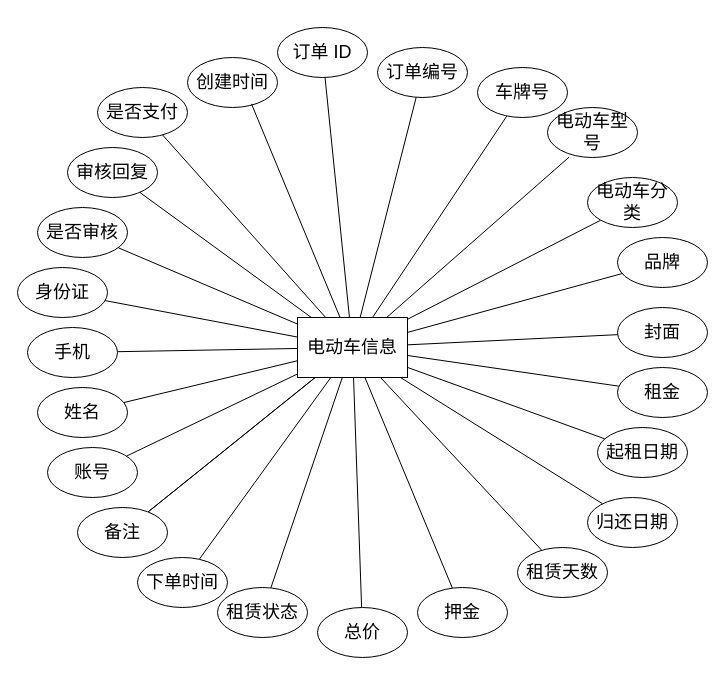
This is 图3-25.drawio from blackjack2022/draw.io, a draw.io file, before an edit. Source tidied: cells renumbered, new cells numbered last; positions are measured from the earlier drawing's top-left corner, leaving out a move shared by most shapes. Both pictures are drawn from the tidied source at 100%, with x=0, y=0 at pixel (17, 27).
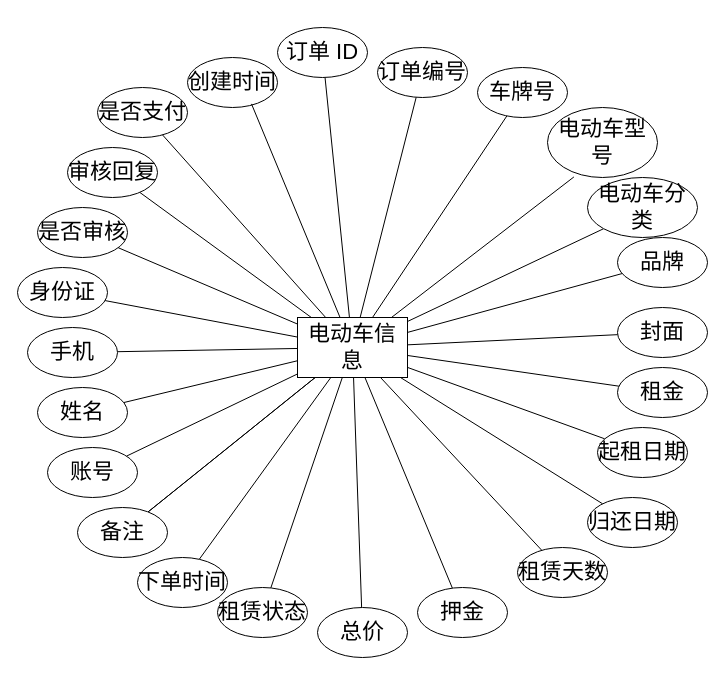
Above is the later version.

Diff of the diagram source:
```diff
@@
-    <mxCell id="2" style="rounded=0;jettySize=auto;html=1;endArrow=none;startFill=0;fontFamily=宋体;fontSize=18;" parent="1" edge="1" source="25" target="30">
+    <mxCell id="2" style="rounded=0;jettySize=auto;html=1;endArrow=none;startFill=0;fontFamily=宋体;fontSize=22;" parent="1" edge="1" source="25" target="30">
       <mxGeometry relative="1" as="geometry" />
     </mxCell>
-    <mxCell id="3" style="rounded=0;jettySize=auto;html=1;endArrow=none;startFill=0;fontFamily=宋体;fontSize=18;" parent="1" edge="1" source="25" target="44">
+    <mxCell id="3" style="rounded=0;jettySize=auto;html=1;endArrow=none;startFill=0;fontFamily=宋体;fontSize=22;" parent="1" edge="1" source="25" target="44">
       <mxGeometry relative="1" as="geometry" />
     </mxCell>
-    <mxCell id="4" style="rounded=0;jettySize=auto;html=1;endArrow=none;startFill=0;fontFamily=宋体;fontSize=18;" parent="1" edge="1" source="25" target="31">
+    <mxCell id="4" style="rounded=0;jettySize=auto;html=1;endArrow=none;startFill=0;fontFamily=宋体;fontSize=22;" parent="1" edge="1" source="25" target="31">
       <mxGeometry relative="1" as="geometry" />
     </mxCell>
-    <mxCell id="5" style="rounded=0;jettySize=auto;html=1;entryX=0;entryY=1;entryDx=0;entryDy=0;endArrow=none;startFill=0;fontFamily=宋体;fontSize=18;" parent="1" edge="1" source="25" target="33">
+    <mxCell id="5" style="rounded=0;jettySize=auto;html=1;entryX=0;entryY=1;entryDx=0;entryDy=0;endArrow=none;startFill=0;fontFamily=宋体;fontSize=22;" parent="1" edge="1" source="25" target="33">
       <mxGeometry relative="1" as="geometry" />
     </mxCell>
-    <mxCell id="6" style="rounded=0;jettySize=auto;html=1;endArrow=none;startFill=0;fontFamily=宋体;fontSize=18;" parent="1" edge="1" source="25" target="46">
+    <mxCell id="6" style="rounded=0;jettySize=auto;html=1;endArrow=none;startFill=0;fontFamily=宋体;fontSize=22;" parent="1" edge="1" source="25" target="46">
       <mxGeometry relative="1" as="geometry" />
     </mxCell>
-    <mxCell id="7" style="rounded=0;jettySize=auto;html=1;endArrow=none;startFill=0;fontFamily=宋体;fontSize=18;" parent="1" edge="1" source="25" target="34">
+    <mxCell id="7" style="rounded=0;jettySize=auto;html=1;endArrow=none;startFill=0;fontFamily=宋体;fontSize=22;" parent="1" edge="1" source="25" target="34">
       <mxGeometry relative="1" as="geometry" />
     </mxCell>
-    <mxCell id="8" style="rounded=0;jettySize=auto;html=1;endArrow=none;startFill=0;fontFamily=宋体;fontSize=18;" parent="1" edge="1" source="25" target="35">
+    <mxCell id="8" style="rounded=0;jettySize=auto;html=1;endArrow=none;startFill=0;fontFamily=宋体;fontSize=22;" parent="1" edge="1" source="25" target="35">
       <mxGeometry relative="1" as="geometry" />
     </mxCell>
-    <mxCell id="9" style="rounded=0;jettySize=auto;html=1;endArrow=none;startFill=0;fontFamily=宋体;fontSize=18;" parent="1" edge="1" source="25" target="36">
+    <mxCell id="9" style="rounded=0;jettySize=auto;html=1;endArrow=none;startFill=0;fontFamily=宋体;fontSize=22;" parent="1" edge="1" source="25" target="36">
       <mxGeometry relative="1" as="geometry" />
     </mxCell>
-    <mxCell id="10" style="rounded=0;jettySize=auto;html=1;endArrow=none;startFill=0;fontFamily=宋体;fontSize=18;" parent="1" edge="1" source="25" target="37">
+    <mxCell id="10" style="rounded=0;jettySize=auto;html=1;endArrow=none;startFill=0;fontFamily=宋体;fontSize=22;" parent="1" edge="1" source="25" target="37">
       <mxGeometry relative="1" as="geometry" />
     </mxCell>
-    <mxCell id="11" style="rounded=0;jettySize=auto;html=1;endArrow=none;startFill=0;fontFamily=宋体;fontSize=18;" parent="1" edge="1" source="25" target="38">
+    <mxCell id="11" style="rounded=0;jettySize=auto;html=1;endArrow=none;startFill=0;fontFamily=宋体;fontSize=22;" parent="1" edge="1" source="25" target="38">
       <mxGeometry relative="1" as="geometry" />
     </mxCell>
-    <mxCell id="12" style="rounded=0;jettySize=auto;html=1;endArrow=none;startFill=0;fontFamily=宋体;fontSize=18;" parent="1" edge="1" source="25" target="39">
+    <mxCell id="12" style="rounded=0;jettySize=auto;html=1;endArrow=none;startFill=0;fontFamily=宋体;fontSize=22;" parent="1" edge="1" source="25" target="39">
       <mxGeometry relative="1" as="geometry" />
     </mxCell>
-    <mxCell id="13" style="rounded=0;jettySize=auto;html=1;endArrow=none;startFill=0;fontFamily=宋体;fontSize=18;" parent="1" edge="1" source="25" target="40">
+    <mxCell id="13" style="rounded=0;jettySize=auto;html=1;endArrow=none;startFill=0;fontFamily=宋体;fontSize=22;" parent="1" edge="1" source="25" target="40">
       <mxGeometry relative="1" as="geometry" />
     </mxCell>
-    <mxCell id="14" style="rounded=0;jettySize=auto;html=1;endArrow=none;startFill=0;fontFamily=宋体;fontSize=18;" parent="1" edge="1" source="25" target="41">
+    <mxCell id="14" style="rounded=0;jettySize=auto;html=1;endArrow=none;startFill=0;fontFamily=宋体;fontSize=22;" parent="1" edge="1" source="25" target="41">
       <mxGeometry relative="1" as="geometry" />
     </mxCell>
-    <mxCell id="15" style="rounded=0;jettySize=auto;html=1;endArrow=none;startFill=0;fontFamily=宋体;fontSize=18;" parent="1" edge="1" source="25" target="42">
+    <mxCell id="15" style="rounded=0;jettySize=auto;html=1;endArrow=none;startFill=0;fontFamily=宋体;fontSize=22;" parent="1" edge="1" source="25" target="42">
       <mxGeometry relative="1" as="geometry" />
     </mxCell>
-    <mxCell id="16" style="rounded=0;jettySize=auto;html=1;endArrow=none;startFill=0;fontFamily=宋体;fontSize=18;" parent="1" edge="1" source="25" target="28">
+    <mxCell id="16" style="rounded=0;jettySize=auto;html=1;endArrow=none;startFill=0;fontFamily=宋体;fontSize=22;" parent="1" edge="1" source="25" target="28">
       <mxGeometry relative="1" as="geometry" />
     </mxCell>
-    <mxCell id="17" style="rounded=0;jettySize=auto;html=1;endArrow=none;startFill=0;fontFamily=宋体;fontSize=18;" parent="1" edge="1" source="25" target="43">
+    <mxCell id="17" style="rounded=0;jettySize=auto;html=1;endArrow=none;startFill=0;fontFamily=宋体;fontSize=22;" parent="1" edge="1" source="25" target="43">
       <mxGeometry relative="1" as="geometry" />
     </mxCell>
-    <mxCell id="18" style="rounded=0;jettySize=auto;html=1;endArrow=none;startFill=0;fontFamily=宋体;fontSize=18;" parent="1" edge="1" source="25" target="27">
+    <mxCell id="18" style="rounded=0;jettySize=auto;html=1;endArrow=none;startFill=0;fontFamily=宋体;fontSize=22;" parent="1" edge="1" source="25" target="27">
       <mxGeometry relative="1" as="geometry" />
     </mxCell>
-    <mxCell id="19" style="rounded=0;jettySize=auto;html=1;endArrow=none;startFill=0;fontFamily=宋体;fontSize=18;" parent="1" edge="1" source="25" target="26">
+    <mxCell id="19" style="rounded=0;jettySize=auto;html=1;endArrow=none;startFill=0;fontFamily=宋体;fontSize=22;" parent="1" edge="1" source="25" target="26">
       <mxGeometry relative="1" as="geometry" />
     </mxCell>
-    <mxCell id="20" style="rounded=0;jettySize=auto;html=1;endArrow=none;startFill=0;fontFamily=宋体;fontSize=18;" parent="1" edge="1" source="25" target="45">
+    <mxCell id="20" style="rounded=0;jettySize=auto;html=1;endArrow=none;startFill=0;fontFamily=宋体;fontSize=22;" parent="1" edge="1" source="25" target="45">
       <mxGeometry relative="1" as="geometry" />
     </mxCell>
-    <mxCell id="21" style="rounded=0;jettySize=auto;html=1;endArrow=none;startFill=0;fontFamily=宋体;fontSize=18;" parent="1" edge="1" source="25" target="42">
+    <mxCell id="21" style="rounded=0;jettySize=auto;html=1;endArrow=none;startFill=0;fontFamily=宋体;fontSize=22;" parent="1" edge="1" source="25" target="42">
       <mxGeometry relative="1" as="geometry" />
     </mxCell>
-    <mxCell id="22" style="rounded=0;jettySize=auto;html=1;endArrow=none;startFill=0;fontFamily=宋体;fontSize=18;" parent="1" edge="1" source="25" target="47">
+    <mxCell id="22" style="rounded=0;jettySize=auto;html=1;endArrow=none;startFill=0;fontFamily=宋体;fontSize=22;" parent="1" edge="1" source="25" target="47">
       <mxGeometry relative="1" as="geometry" />
     </mxCell>
-    <mxCell id="23" style="rounded=0;jettySize=auto;html=1;endArrow=none;startFill=0;fontSize=18;" parent="1" edge="1" source="25" target="51">
+    <mxCell id="23" style="rounded=0;jettySize=auto;html=1;endArrow=none;startFill=0;fontSize=22;" parent="1" edge="1" source="25" target="51">
       <mxGeometry relative="1" as="geometry" />
     </mxCell>
-    <mxCell id="24" style="rounded=0;jettySize=auto;html=1;endArrow=none;startFill=0;fontSize=18;" parent="1" edge="1" source="25" target="50">
+    <mxCell id="24" style="rounded=0;jettySize=auto;html=1;endArrow=none;startFill=0;fontSize=22;" parent="1" edge="1" source="25" target="50">
       <mxGeometry relative="1" as="geometry" />
     </mxCell>
-    <mxCell id="25" value="电动车信息" style="rounded=0;whiteSpace=wrap;html=1;fontFamily=宋体;fontSize=18;" parent="1" vertex="1">
+    <mxCell id="25" value="电动车信息" style="rounded=0;whiteSpace=wrap;html=1;fontFamily=宋体;fontSize=22;" parent="1" vertex="1">
       <mxGeometry x="280" y="290" width="110" height="60" as="geometry" />
     </mxCell>
-    <mxCell id="26" value="&lt;p class=&quot;MsoNormal&quot;&gt;&lt;span&gt;姓名&lt;/span&gt;&lt;/p&gt;" style="ellipse;whiteSpace=wrap;html=1;fontFamily=宋体;fontSize=18;" parent="1" vertex="1">
+    <mxCell id="26" value="&lt;p class=&quot;MsoNormal&quot;&gt;&lt;span&gt;姓名&lt;/span&gt;&lt;/p&gt;" style="ellipse;whiteSpace=wrap;html=1;fontFamily=宋体;fontSize=22;" parent="1" vertex="1">
       <mxGeometry x="20" y="360" width="90" height="50" as="geometry" />
     </mxCell>
-    <mxCell id="27" value="&lt;p class=&quot;MsoNormal&quot;&gt;&lt;span&gt;身份证&lt;/span&gt;&lt;/p&gt;" style="ellipse;whiteSpace=wrap;html=1;fontFamily=宋体;fontSize=18;" parent="1" vertex="1">
+    <mxCell id="27" value="&lt;p class=&quot;MsoNormal&quot;&gt;&lt;span&gt;身份证&lt;/span&gt;&lt;/p&gt;" style="ellipse;whiteSpace=wrap;html=1;fontFamily=宋体;fontSize=22;" parent="1" vertex="1">
       <mxGeometry y="240" width="90" height="50" as="geometry" />
     </mxCell>
-    <mxCell id="28" value="&lt;p class=&quot;MsoNormal&quot;&gt;&lt;span&gt;审核回复&lt;/span&gt;&lt;/p&gt;" style="ellipse;whiteSpace=wrap;html=1;fontFamily=宋体;fontSize=18;" parent="1" vertex="1">
+    <mxCell id="28" value="&lt;p class=&quot;MsoNormal&quot;&gt;&lt;span&gt;审核回复&lt;/span&gt;&lt;/p&gt;" style="ellipse;whiteSpace=wrap;html=1;fontFamily=宋体;fontSize=22;" parent="1" vertex="1">
       <mxGeometry x="50" y="120" width="90" height="50" as="geometry" />
     </mxCell>
-    <mxCell id="29" value="&lt;p class=&quot;MsoNormal&quot;&gt;&lt;span&gt;创建时间&lt;/span&gt;&lt;/p&gt;" style="ellipse;whiteSpace=wrap;html=1;fontFamily=宋体;fontSize=18;" parent="1" vertex="1">
+    <mxCell id="29" value="&lt;p class=&quot;MsoNormal&quot;&gt;&lt;span&gt;创建时间&lt;/span&gt;&lt;/p&gt;" style="ellipse;whiteSpace=wrap;html=1;fontFamily=宋体;fontSize=22;" parent="1" vertex="1">
       <mxGeometry x="170" y="30" width="90" height="50" as="geometry" />
     </mxCell>
-    <mxCell id="30" value="&lt;p class=&quot;MsoNormal&quot;&gt;&lt;span&gt;&lt;font face=&quot;宋体&quot;&gt;订单&lt;/font&gt; &lt;font face=&quot;宋体&quot;&gt;ID&lt;/font&gt;&lt;/span&gt;&lt;/p&gt;" style="ellipse;whiteSpace=wrap;html=1;fontFamily=宋体;fontSize=18;" parent="1" vertex="1">
+    <mxCell id="30" value="&lt;p class=&quot;MsoNormal&quot;&gt;&lt;span&gt;&lt;font face=&quot;宋体&quot;&gt;订单&lt;/font&gt; &lt;font face=&quot;宋体&quot;&gt;ID&lt;/font&gt;&lt;/span&gt;&lt;/p&gt;" style="ellipse;whiteSpace=wrap;html=1;fontFamily=宋体;fontSize=22;" parent="1" vertex="1">
       <mxGeometry x="260" width="90" height="50" as="geometry" />
     </mxCell>
-    <mxCell id="31" value="&lt;p class=&quot;MsoNormal&quot;&gt;&lt;span&gt;车牌号&lt;/span&gt;&lt;/p&gt;" style="ellipse;whiteSpace=wrap;html=1;fontFamily=宋体;fontSize=18;" parent="1" vertex="1">
+    <mxCell id="31" value="&lt;p class=&quot;MsoNormal&quot;&gt;&lt;span&gt;车牌号&lt;/span&gt;&lt;/p&gt;" style="ellipse;whiteSpace=wrap;html=1;fontFamily=宋体;fontSize=22;" parent="1" vertex="1">
       <mxGeometry x="460" y="40" width="90" height="50" as="geometry" />
     </mxCell>
-    <mxCell id="32" value="&lt;p class=&quot;MsoNormal&quot;&gt;&lt;span&gt;电动车型号&lt;/span&gt;&lt;/p&gt;" style="ellipse;whiteSpace=wrap;html=1;fontFamily=宋体;fontSize=18;" parent="1" vertex="1">
-      <mxGeometry x="530" y="80" width="90" height="50" as="geometry" />
+    <mxCell id="32" value="&lt;p class=&quot;MsoNormal&quot;&gt;&lt;span&gt;电动车型号&lt;/span&gt;&lt;/p&gt;" style="ellipse;whiteSpace=wrap;html=1;fontFamily=宋体;fontSize=22;" parent="1" vertex="1">
+      <mxGeometry x="530" y="80" width="110" height="70" as="geometry" />
     </mxCell>
-    <mxCell id="33" value="&lt;p class=&quot;MsoNormal&quot;&gt;&lt;span&gt;电动车分类&lt;/span&gt;&lt;/p&gt;" style="ellipse;whiteSpace=wrap;html=1;fontFamily=宋体;fontSize=18;" parent="1" vertex="1">
-      <mxGeometry x="570" y="150" width="90" height="50" as="geometry" />
+    <mxCell id="33" value="&lt;p class=&quot;MsoNormal&quot;&gt;&lt;span&gt;电动车分类&lt;/span&gt;&lt;/p&gt;" style="ellipse;whiteSpace=wrap;html=1;fontFamily=宋体;fontSize=22;" parent="1" vertex="1">
+      <mxGeometry x="570" y="150" width="110" height="60" as="geometry" />
     </mxCell>
-    <mxCell id="34" value="&lt;p class=&quot;MsoNormal&quot;&gt;&lt;span&gt;封面&lt;/span&gt;&lt;/p&gt;" style="ellipse;whiteSpace=wrap;html=1;fontFamily=宋体;fontSize=18;" parent="1" vertex="1">
+    <mxCell id="34" value="&lt;p class=&quot;MsoNormal&quot;&gt;&lt;span&gt;封面&lt;/span&gt;&lt;/p&gt;" style="ellipse;whiteSpace=wrap;html=1;fontFamily=宋体;fontSize=22;" parent="1" vertex="1">
       <mxGeometry x="600" y="280" width="90" height="50" as="geometry" />
     </mxCell>
-    <mxCell id="35" value="&lt;p class=&quot;MsoNormal&quot;&gt;&lt;span&gt;租金&lt;/span&gt;&lt;/p&gt;" style="ellipse;whiteSpace=wrap;html=1;fontFamily=宋体;fontSize=18;" parent="1" vertex="1">
+    <mxCell id="35" value="&lt;p class=&quot;MsoNormal&quot;&gt;&lt;span&gt;租金&lt;/span&gt;&lt;/p&gt;" style="ellipse;whiteSpace=wrap;html=1;fontFamily=宋体;fontSize=22;" parent="1" vertex="1">
       <mxGeometry x="600" y="340" width="90" height="50" as="geometry" />
     </mxCell>
-    <mxCell id="36" value="&lt;p class=&quot;MsoNormal&quot;&gt;&lt;span&gt;起租日期&lt;/span&gt;&lt;/p&gt;" style="ellipse;whiteSpace=wrap;html=1;fontFamily=宋体;fontSize=18;" parent="1" vertex="1">
+    <mxCell id="36" value="&lt;p class=&quot;MsoNormal&quot;&gt;&lt;span&gt;起租日期&lt;/span&gt;&lt;/p&gt;" style="ellipse;whiteSpace=wrap;html=1;fontFamily=宋体;fontSize=22;" parent="1" vertex="1">
       <mxGeometry x="580" y="400" width="90" height="50" as="geometry" />
     </mxCell>
-    <mxCell id="37" value="&lt;p class=&quot;MsoNormal&quot;&gt;&lt;span&gt;归还日期&lt;/span&gt;&lt;/p&gt;" style="ellipse;whiteSpace=wrap;html=1;fontFamily=宋体;fontSize=18;" parent="1" vertex="1">
+    <mxCell id="37" value="&lt;p class=&quot;MsoNormal&quot;&gt;&lt;span&gt;归还日期&lt;/span&gt;&lt;/p&gt;" style="ellipse;whiteSpace=wrap;html=1;fontFamily=宋体;fontSize=22;" parent="1" vertex="1">
       <mxGeometry x="570" y="470" width="90" height="50" as="geometry" />
     </mxCell>
-    <mxCell id="38" value="&lt;p class=&quot;MsoNormal&quot;&gt;&lt;span&gt;押金&lt;/span&gt;&lt;/p&gt;" style="ellipse;whiteSpace=wrap;html=1;fontFamily=宋体;fontSize=18;" parent="1" vertex="1">
+    <mxCell id="38" value="&lt;p class=&quot;MsoNormal&quot;&gt;&lt;span&gt;押金&lt;/span&gt;&lt;/p&gt;" style="ellipse;whiteSpace=wrap;html=1;fontFamily=宋体;fontSize=22;" parent="1" vertex="1">
       <mxGeometry x="400" y="560" width="90" height="50" as="geometry" />
     </mxCell>
-    <mxCell id="39" value="&lt;p class=&quot;MsoNormal&quot;&gt;&lt;span&gt;总价&lt;/span&gt;&lt;/p&gt;" style="ellipse;whiteSpace=wrap;html=1;fontFamily=宋体;fontSize=18;" parent="1" vertex="1">
+    <mxCell id="39" value="&lt;p class=&quot;MsoNormal&quot;&gt;&lt;span&gt;总价&lt;/span&gt;&lt;/p&gt;" style="ellipse;whiteSpace=wrap;html=1;fontFamily=宋体;fontSize=22;" parent="1" vertex="1">
       <mxGeometry x="300" y="580" width="90" height="50" as="geometry" />
     </mxCell>
-    <mxCell id="40" value="&lt;p class=&quot;MsoNormal&quot;&gt;&lt;span&gt;租赁状态&lt;/span&gt;&lt;/p&gt;" style="ellipse;whiteSpace=wrap;html=1;fontFamily=宋体;fontSize=18;" parent="1" vertex="1">
+    <mxCell id="40" value="&lt;p class=&quot;MsoNormal&quot;&gt;&lt;span&gt;租赁状态&lt;/span&gt;&lt;/p&gt;" style="ellipse;whiteSpace=wrap;html=1;fontFamily=宋体;fontSize=22;" parent="1" vertex="1">
       <mxGeometry x="200" y="560" width="90" height="50" as="geometry" />
     </mxCell>
-    <mxCell id="41" value="&lt;p class=&quot;MsoNormal&quot;&gt;&lt;span&gt;下单时间&lt;/span&gt;&lt;/p&gt;" style="ellipse;whiteSpace=wrap;html=1;fontFamily=宋体;fontSize=18;" parent="1" vertex="1">
+    <mxCell id="41" value="&lt;p class=&quot;MsoNormal&quot;&gt;&lt;span&gt;下单时间&lt;/span&gt;&lt;/p&gt;" style="ellipse;whiteSpace=wrap;html=1;fontFamily=宋体;fontSize=22;" parent="1" vertex="1">
       <mxGeometry x="120" y="530" width="90" height="50" as="geometry" />
     </mxCell>
-    <mxCell id="42" value="&lt;p class=&quot;MsoNormal&quot;&gt;&lt;span&gt;备注&lt;/span&gt;&lt;/p&gt;" style="ellipse;whiteSpace=wrap;html=1;fontFamily=宋体;fontSize=18;" parent="1" vertex="1">
+    <mxCell id="42" value="&lt;p class=&quot;MsoNormal&quot;&gt;&lt;span&gt;备注&lt;/span&gt;&lt;/p&gt;" style="ellipse;whiteSpace=wrap;html=1;fontFamily=宋体;fontSize=22;" parent="1" vertex="1">
       <mxGeometry x="60" y="480" width="90" height="50" as="geometry" />
     </mxCell>
-    <mxCell id="43" value="&lt;p class=&quot;MsoNormal&quot;&gt;&lt;span&gt;是否审核&lt;/span&gt;&lt;/p&gt;" style="ellipse;whiteSpace=wrap;html=1;fontFamily=宋体;fontSize=18;" parent="1" vertex="1">
+    <mxCell id="43" value="&lt;p class=&quot;MsoNormal&quot;&gt;&lt;span&gt;是否审核&lt;/span&gt;&lt;/p&gt;" style="ellipse;whiteSpace=wrap;html=1;fontFamily=宋体;fontSize=22;" parent="1" vertex="1">
       <mxGeometry x="20" y="180" width="90" height="50" as="geometry" />
     </mxCell>
-    <mxCell id="44" value="&lt;p class=&quot;MsoNormal&quot;&gt;&lt;span&gt;订单编号&lt;/span&gt;&lt;/p&gt;" style="ellipse;whiteSpace=wrap;html=1;fontFamily=宋体;fontSize=18;" parent="1" vertex="1">
+    <mxCell id="44" value="&lt;p class=&quot;MsoNormal&quot;&gt;&lt;span&gt;订单编号&lt;/span&gt;&lt;/p&gt;" style="ellipse;whiteSpace=wrap;html=1;fontFamily=宋体;fontSize=22;" parent="1" vertex="1">
       <mxGeometry x="360" y="20" width="90" height="50" as="geometry" />
     </mxCell>
-    <mxCell id="45" value="&lt;p class=&quot;MsoNormal&quot;&gt;&lt;span&gt;账号&lt;/span&gt;&lt;/p&gt;" style="ellipse;whiteSpace=wrap;html=1;fontFamily=宋体;fontSize=18;" parent="1" vertex="1">
+    <mxCell id="45" value="&lt;p class=&quot;MsoNormal&quot;&gt;&lt;span&gt;账号&lt;/span&gt;&lt;/p&gt;" style="ellipse;whiteSpace=wrap;html=1;fontFamily=宋体;fontSize=22;" parent="1" vertex="1">
       <mxGeometry x="30" y="420" width="90" height="50" as="geometry" />
     </mxCell>
-    <mxCell id="46" value="&lt;p class=&quot;MsoNormal&quot;&gt;&lt;span&gt;品牌&lt;/span&gt;&lt;/p&gt;" style="ellipse;whiteSpace=wrap;html=1;fontFamily=宋体;fontSize=18;" parent="1" vertex="1">
+    <mxCell id="46" value="&lt;p class=&quot;MsoNormal&quot;&gt;&lt;span&gt;品牌&lt;/span&gt;&lt;/p&gt;" style="ellipse;whiteSpace=wrap;html=1;fontFamily=宋体;fontSize=22;" parent="1" vertex="1">
       <mxGeometry x="600" y="210" width="90" height="50" as="geometry" />
     </mxCell>
-    <mxCell id="47" value="&lt;p class=&quot;MsoNormal&quot;&gt;&lt;span&gt;手机&lt;/span&gt;&lt;/p&gt;" style="ellipse;whiteSpace=wrap;html=1;fontFamily=宋体;fontSize=18;" parent="1" vertex="1">
+    <mxCell id="47" value="&lt;p class=&quot;MsoNormal&quot;&gt;&lt;span&gt;手机&lt;/span&gt;&lt;/p&gt;" style="ellipse;whiteSpace=wrap;html=1;fontFamily=宋体;fontSize=22;" parent="1" vertex="1">
       <mxGeometry x="10" y="300" width="90" height="50" as="geometry" />
     </mxCell>
-    <mxCell id="48" style="rounded=0;jettySize=auto;html=1;entryX=0.24;entryY=0.992;entryDx=0;entryDy=0;entryPerimeter=0;endArrow=none;startFill=0;fontFamily=宋体;fontSize=18;" parent="1" edge="1" source="25" target="32">
+    <mxCell id="48" style="rounded=0;jettySize=auto;html=1;entryX=0.24;entryY=0.992;entryDx=0;entryDy=0;entryPerimeter=0;endArrow=none;startFill=0;fontFamily=宋体;fontSize=22;" parent="1" edge="1" source="25" target="32">
       <mxGeometry relative="1" as="geometry" />
     </mxCell>
-    <mxCell id="49" style="rounded=0;jettySize=auto;html=1;entryX=0.711;entryY=0.928;entryDx=0;entryDy=0;entryPerimeter=0;endArrow=none;startFill=0;fontFamily=宋体;fontSize=18;" parent="1" edge="1" source="25" target="29">
+    <mxCell id="49" style="rounded=0;jettySize=auto;html=1;entryX=0.711;entryY=0.928;entryDx=0;entryDy=0;entryPerimeter=0;endArrow=none;startFill=0;fontFamily=宋体;fontSize=22;" parent="1" edge="1" source="25" target="29">
       <mxGeometry relative="1" as="geometry" />
     </mxCell>
-    <mxCell id="50" value="&lt;p class=&quot;MsoNormal&quot;&gt;&lt;span&gt;租赁天数&lt;/span&gt;&lt;/p&gt;" style="ellipse;whiteSpace=wrap;html=1;fontFamily=宋体;fontSize=18;" parent="1" vertex="1">
+    <mxCell id="50" value="&lt;p class=&quot;MsoNormal&quot;&gt;&lt;span&gt;租赁天数&lt;/span&gt;&lt;/p&gt;" style="ellipse;whiteSpace=wrap;html=1;fontFamily=宋体;fontSize=22;" parent="1" vertex="1">
       <mxGeometry x="500" y="520" width="90" height="50" as="geometry" />
     </mxCell>
-    <mxCell id="51" value="&lt;p class=&quot;MsoNormal&quot;&gt;&lt;span&gt;是否支付&lt;/span&gt;&lt;/p&gt;" style="ellipse;whiteSpace=wrap;html=1;fontFamily=宋体;fontSize=18;" parent="1" vertex="1">
+    <mxCell id="51" value="&lt;p class=&quot;MsoNormal&quot;&gt;&lt;span&gt;是否支付&lt;/span&gt;&lt;/p&gt;" style="ellipse;whiteSpace=wrap;html=1;fontFamily=宋体;fontSize=22;" parent="1" vertex="1">
       <mxGeometry x="80" y="60" width="90" height="50" as="geometry" />
     </mxCell>
```
